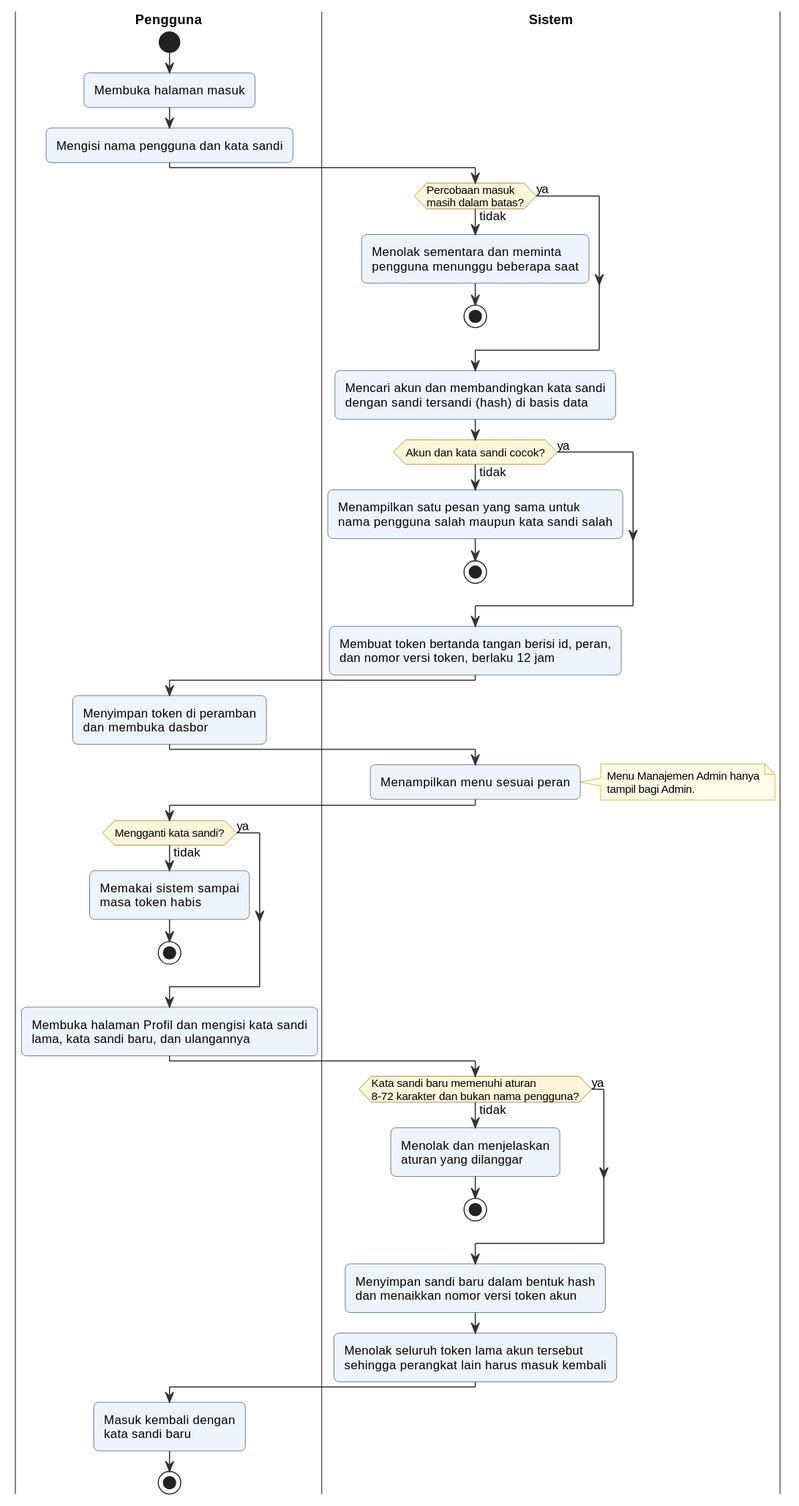
This is docs/diagram/out/activity-login.svg from kharis5870/Kharisma, a PlantUML export, as it was before one commit. Source of this version:
```plantuml
@startuml
!include _gaya.iuml

|Pengguna|
start
:Membuka halaman masuk;
:Mengisi nama pengguna dan kata sandi;

|Sistem|
if (Percobaan masuk\nmasih dalam batas?) then (tidak)
  :Menolak sementara dan meminta
  pengguna menunggu beberapa saat;
  stop
else (ya)
endif

:Mencari akun dan membandingkan kata sandi
dengan sandi tersandi (hash) di basis data;

if (Akun dan kata sandi cocok?) then (tidak)
  :Menampilkan satu pesan yang sama untuk
  nama pengguna salah maupun kata sandi salah;
  stop
else (ya)
endif

:Membuat token bertanda tangan berisi id, peran,
dan nomor versi token, berlaku 12 jam;

|Pengguna|
:Menyimpan token di peramban
dan membuka dasbor;

|Sistem|
:Menampilkan menu sesuai peran;
note right
  Menu Manajemen Admin hanya
  tampil bagi Admin.
end note

|Pengguna|
if (Mengganti kata sandi?) then (tidak)
  :Memakai sistem sampai
  masa token habis;
  stop
else (ya)
endif

:Membuka halaman Profil dan mengisi kata sandi
lama, kata sandi baru, dan ulangannya;

|Sistem|
if (Kata sandi baru memenuhi aturan\n8-72 karakter dan bukan nama pengguna?) then (tidak)
  :Menolak dan menjelaskan
  aturan yang dilanggar;
  stop
else (ya)
endif

:Menyimpan sandi baru dalam bentuk hash
dan menaikkan nomor versi token akun;
:Menolak seluruh token lama akun tersebut
sehingga perangkat lain harus masuk kembali;

|Pengguna|
:Masuk kembali dengan
kata sandi baru;
stop
@enduml
```
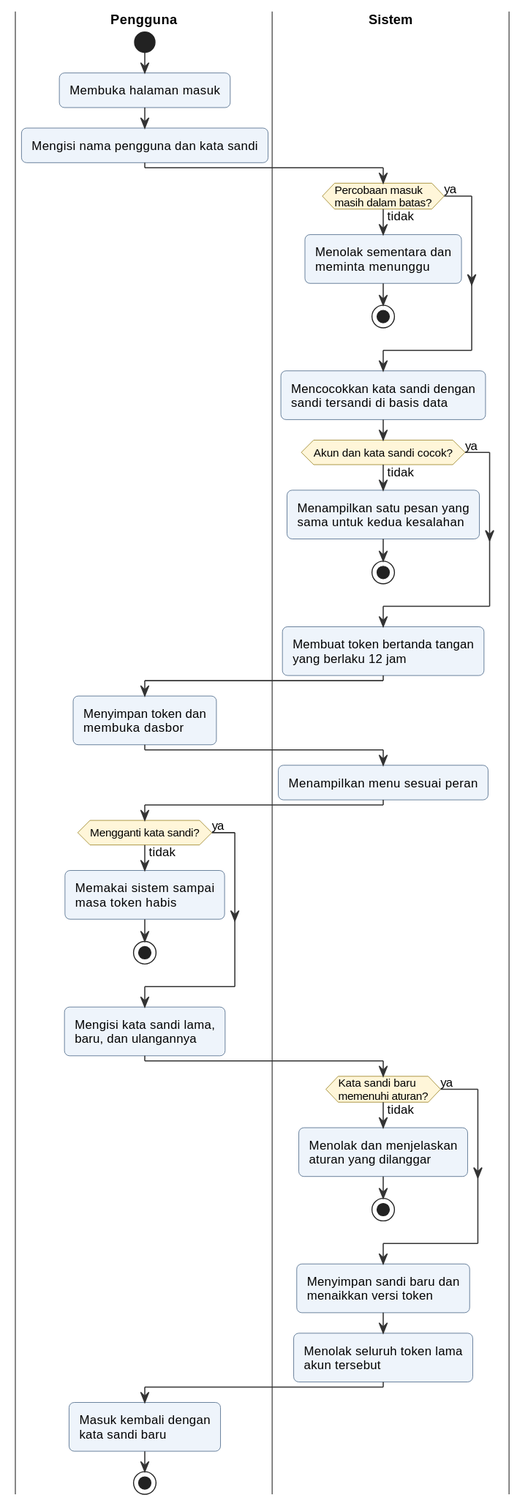
The same diagram one commit later.

Change to the diagram source:
```diff
@@ -8,35 +8,31 @@
 
 |Sistem|
 if (Percobaan masuk\nmasih dalam batas?) then (tidak)
-  :Menolak sementara dan meminta
-  pengguna menunggu beberapa saat;
+  :Menolak sementara dan
+  meminta menunggu;
   stop
 else (ya)
 endif
 
-:Mencari akun dan membandingkan kata sandi
-dengan sandi tersandi (hash) di basis data;
+:Mencocokkan kata sandi dengan
+sandi tersandi di basis data;
 
 if (Akun dan kata sandi cocok?) then (tidak)
-  :Menampilkan satu pesan yang sama untuk
-  nama pengguna salah maupun kata sandi salah;
+  :Menampilkan satu pesan yang
+  sama untuk kedua kesalahan;
   stop
 else (ya)
 endif
 
-:Membuat token bertanda tangan berisi id, peran,
-dan nomor versi token, berlaku 12 jam;
+:Membuat token bertanda tangan
+yang berlaku 12 jam;
 
 |Pengguna|
-:Menyimpan token di peramban
-dan membuka dasbor;
+:Menyimpan token dan
+membuka dasbor;
 
 |Sistem|
 :Menampilkan menu sesuai peran;
-note right
-  Menu Manajemen Admin hanya
-  tampil bagi Admin.
-end note
 
 |Pengguna|
 if (Mengganti kata sandi?) then (tidak)
@@ -46,21 +42,21 @@
 else (ya)
 endif
 
-:Membuka halaman Profil dan mengisi kata sandi
-lama, kata sandi baru, dan ulangannya;
+:Mengisi kata sandi lama,
+baru, dan ulangannya;
 
 |Sistem|
-if (Kata sandi baru memenuhi aturan\n8-72 karakter dan bukan nama pengguna?) then (tidak)
+if (Kata sandi baru\nmemenuhi aturan?) then (tidak)
   :Menolak dan menjelaskan
   aturan yang dilanggar;
   stop
 else (ya)
 endif
 
-:Menyimpan sandi baru dalam bentuk hash
-dan menaikkan nomor versi token akun;
-:Menolak seluruh token lama akun tersebut
-sehingga perangkat lain harus masuk kembali;
+:Menyimpan sandi baru dan
+menaikkan versi token;
+:Menolak seluruh token lama
+akun tersebut;
 
 |Pengguna|
 :Masuk kembali dengan
```
